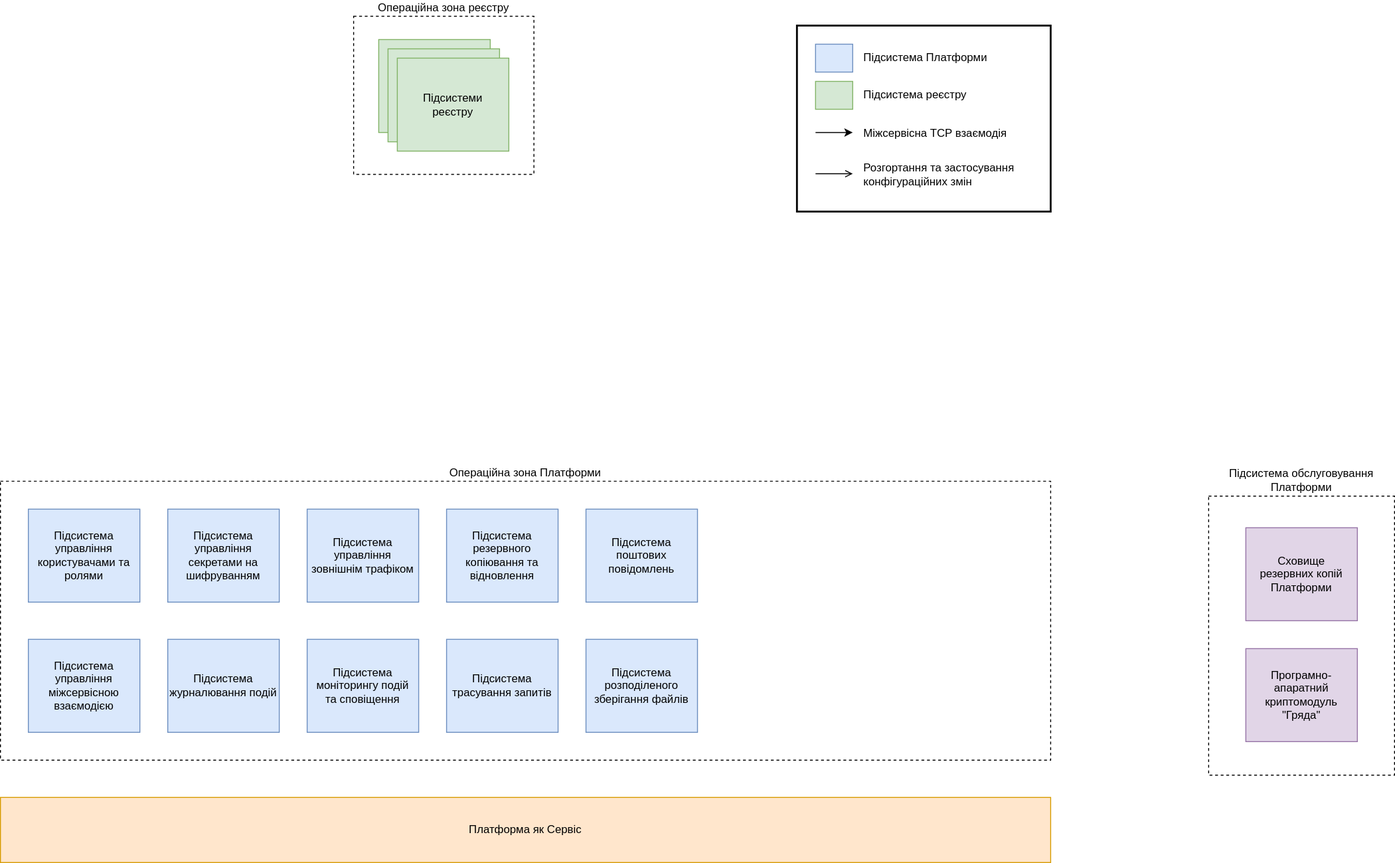
This is modules/arch/images/architecture/platform/operational/operational-zone-subsystems.svg from epam/edp-ddm-architecture, a draw.io export, as it was before one commit. Source tidied: cells renumbered, new cells last; positions are measured from the earlier drawing's top-left corner, leaving out a move shared by most shapes.
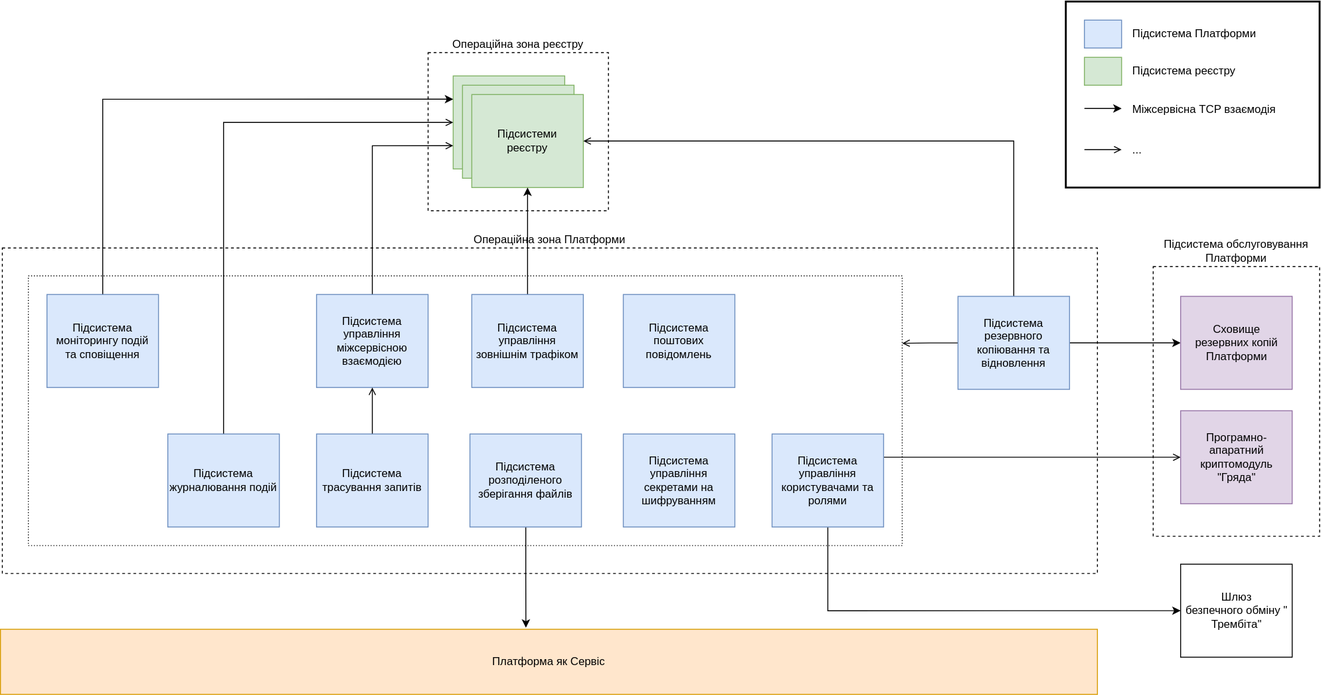
After the commit.

Commit message:
[EDP-DDM-24270] Platform operational zone

Diff of the diagram source:
```diff
@@ -2,26 +2,35 @@
   <root>
     <mxCell id="0" />
     <mxCell id="1" parent="0" />
+    <mxCell id="3" value="Операційна зона Платформи" style="rounded=0;whiteSpace=wrap;html=1;dashed=1;labelPosition=center;verticalLabelPosition=top;align=center;verticalAlign=bottom;" parent="1" vertex="1">
+      <mxGeometry x="2" y="245" width="1178" height="350" as="geometry" />
+    </mxCell>
+    <mxCell id="31" style="rounded=0;whiteSpace=wrap;html=1;dashed=1;labelPosition=center;verticalLabelPosition=top;align=center;verticalAlign=bottom;dashPattern=1 2;" parent="1" vertex="1">
+      <mxGeometry x="30" y="275" width="940" height="290" as="geometry" />
+    </mxCell>
     <mxCell id="2" value="Підсистема обслуговування Платформи" style="rounded=0;whiteSpace=wrap;html=1;dashed=1;labelPosition=center;verticalLabelPosition=top;align=center;verticalAlign=bottom;" parent="1" vertex="1">
-      <mxGeometry x="1300" y="516" width="200" height="300" as="geometry" />
+      <mxGeometry x="1240" y="265" width="179" height="290" as="geometry" />
     </mxCell>
-    <mxCell id="3" value="Операційна зона Платформи" style="rounded=0;whiteSpace=wrap;html=1;dashed=1;labelPosition=center;verticalLabelPosition=top;align=center;verticalAlign=bottom;" parent="1" vertex="1">
-      <mxGeometry y="500" width="1130" height="300" as="geometry" />
-    </mxCell>
+    <mxCell id="32" style="edgeStyle=orthogonalEdgeStyle;rounded=0;jettySize=auto;html=1;endArrow=open;endFill=0;exitX=1;exitY=0.25;exitDx=0;exitDy=0;" parent="1" edge="1" source="4" target="30">
+      <mxGeometry relative="1" as="geometry" />
+    </mxCell>
+    <mxCell id="33" style="edgeStyle=orthogonalEdgeStyle;rounded=0;jettySize=auto;html=1;entryX=0;entryY=0.5;entryDx=0;entryDy=0;exitX=0.5;exitY=1;exitDx=0;exitDy=0;" parent="1" edge="1" source="4" target="43">
+      <mxGeometry relative="1" as="geometry" />
+    </mxCell>
     <mxCell id="4" value="Підсистема управління користувачами та ролями" style="rounded=0;whiteSpace=wrap;html=1;fillColor=#dae8fc;strokeColor=#6c8ebf;" parent="1" vertex="1">
-      <mxGeometry x="30" y="530" width="120" height="100" as="geometry" />
+      <mxGeometry x="830" y="445" width="120" height="100" as="geometry" />
     </mxCell>
     <mxCell id="5" value="Підсистема управління секретами на шифруванням" style="rounded=0;whiteSpace=wrap;html=1;fillColor=#dae8fc;strokeColor=#6c8ebf;" parent="1" vertex="1">
-      <mxGeometry x="180" y="530" width="120" height="100" as="geometry" />
+      <mxGeometry x="670" y="445" width="120" height="100" as="geometry" />
     </mxCell>
     <mxCell id="6" value="Платформа як Сервіс" style="rounded=0;whiteSpace=wrap;html=1;fillColor=#ffe6cc;strokeColor=#d79b00;" parent="1" vertex="1">
-      <mxGeometry y="840" width="1130" height="70" as="geometry" />
+      <mxGeometry y="655" width="1180" height="70" as="geometry" />
     </mxCell>
     <mxCell id="7" value="Операційна зона реєстру" style="rounded=0;whiteSpace=wrap;html=1;dashed=1;labelPosition=center;verticalLabelPosition=top;align=center;verticalAlign=bottom;" parent="1" vertex="1">
-      <mxGeometry x="380" width="194" height="170" as="geometry" />
+      <mxGeometry x="460" y="35" width="194" height="170" as="geometry" />
     </mxCell>
     <mxCell id="8" style="group;" parent="1" vertex="1">
-      <mxGeometry x="407" y="25" width="140" height="120" as="geometry" />
+      <mxGeometry x="487" y="60" width="140" height="120" as="geometry" />
     </mxCell>
     <mxCell id="9" style="rounded=0;whiteSpace=wrap;html=1;fillColor=#d5e8d4;strokeColor=#82b366;" parent="8" vertex="1">
       <mxGeometry width="120" height="100" as="geometry" />
@@ -33,73 +42,107 @@
       <mxGeometry x="20" y="20" width="120" height="100" as="geometry" />
     </mxCell>
     <mxCell id="12" style="rounded=0;whiteSpace=wrap;html=1;strokeColor=#000000;strokeWidth=2;fillColor=none;" parent="1" vertex="1">
-      <mxGeometry x="857" y="10" width="273" height="200" as="geometry" />
+      <mxGeometry x="1146" y="-20" width="273" height="200" as="geometry" />
     </mxCell>
     <mxCell id="13" style="edgeStyle=orthogonalEdgeStyle;rounded=0;orthogonalLoop=1;jettySize=auto;html=1;endArrow=open;endFill=0;" parent="1" edge="1">
       <mxGeometry relative="1" as="geometry">
-        <mxPoint x="877" y="169.3" as="sourcePoint" />
-        <mxPoint x="917" y="169.3" as="targetPoint" />
+        <mxPoint x="1166" y="139.3" as="sourcePoint" />
+        <mxPoint x="1206" y="139.3" as="targetPoint" />
         <Array as="points">
-          <mxPoint x="877" y="169.3" />
+          <mxPoint x="1166" y="139.3" />
         </Array>
       </mxGeometry>
     </mxCell>
     <mxCell id="14" value="Міжсервісна TCP взаємодія" style="text;html=1;strokeColor=none;fillColor=none;align=left;verticalAlign=middle;whiteSpace=wrap;rounded=0;" parent="1" vertex="1">
-      <mxGeometry x="927" y="110.5" width="198" height="30" as="geometry" />
+      <mxGeometry x="1216" y="80.5" width="190" height="30" as="geometry" />
     </mxCell>
     <mxCell id="15" style="rounded=0;whiteSpace=wrap;html=1;strokeWidth=1;labelPosition=center;verticalLabelPosition=top;align=center;verticalAlign=bottom;strokeColor=#6c8ebf;fillColor=#dae8fc;" parent="1" vertex="1">
-      <mxGeometry x="877" y="30" width="40" height="30" as="geometry" />
+      <mxGeometry x="1166" width="40" height="30" as="geometry" />
     </mxCell>
     <mxCell id="16" value="Підсистема Платформи" style="text;html=1;strokeColor=none;fillColor=none;align=left;verticalAlign=middle;whiteSpace=wrap;rounded=0;" parent="1" vertex="1">
-      <mxGeometry x="927" y="30" width="183" height="30" as="geometry" />
+      <mxGeometry x="1216" width="183" height="30" as="geometry" />
     </mxCell>
-    <mxCell id="17" value="Розгортання та застосування &lt;br&gt;конфігураційних змін" style="text;html=1;strokeColor=none;fillColor=none;align=left;verticalAlign=middle;whiteSpace=wrap;rounded=0;" parent="1" vertex="1">
-      <mxGeometry x="927" y="155" width="198" height="30" as="geometry" />
+    <mxCell id="17" value="..." style="text;html=1;strokeColor=none;fillColor=none;align=left;verticalAlign=middle;whiteSpace=wrap;rounded=0;" parent="1" vertex="1">
+      <mxGeometry x="1216" y="125" width="190" height="30" as="geometry" />
     </mxCell>
     <mxCell id="18" style="edgeStyle=orthogonalEdgeStyle;rounded=0;orthogonalLoop=1;jettySize=auto;html=1;endArrow=classic;endFill=1;" parent="1" edge="1">
       <mxGeometry relative="1" as="geometry">
-        <mxPoint x="877" y="125" as="sourcePoint" />
-        <mxPoint x="917" y="125" as="targetPoint" />
+        <mxPoint x="1166" y="95" as="sourcePoint" />
+        <mxPoint x="1206" y="95" as="targetPoint" />
         <Array as="points">
-          <mxPoint x="877" y="125" />
+          <mxPoint x="1166" y="95" />
         </Array>
       </mxGeometry>
     </mxCell>
     <mxCell id="19" style="rounded=0;whiteSpace=wrap;html=1;strokeWidth=1;labelPosition=center;verticalLabelPosition=top;align=center;verticalAlign=bottom;strokeColor=#82b366;fillColor=#d5e8d4;" parent="1" vertex="1">
-      <mxGeometry x="877" y="70" width="40" height="30" as="geometry" />
+      <mxGeometry x="1166" y="40" width="40" height="30" as="geometry" />
     </mxCell>
     <mxCell id="20" value="Підсистема реєстру" style="text;html=1;strokeColor=none;fillColor=none;align=left;verticalAlign=middle;whiteSpace=wrap;rounded=0;" parent="1" vertex="1">
-      <mxGeometry x="927" y="70" width="183" height="30" as="geometry" />
+      <mxGeometry x="1216" y="40" width="183" height="30" as="geometry" />
     </mxCell>
+    <mxCell id="34" style="edgeStyle=orthogonalEdgeStyle;rounded=0;jettySize=auto;html=1;entryX=0.5;entryY=1;entryDx=0;entryDy=0;exitX=0.5;exitY=0;exitDx=0;exitDy=0;" parent="1" edge="1" source="21" target="11">
+      <mxGeometry relative="1" as="geometry" />
+    </mxCell>
     <mxCell id="21" value="Підсистема управління зовнішнім трафіком" style="rounded=0;whiteSpace=wrap;html=1;fillColor=#dae8fc;strokeColor=#6c8ebf;" parent="1" vertex="1">
-      <mxGeometry x="330" y="530" width="120" height="100" as="geometry" />
+      <mxGeometry x="507" y="295" width="120" height="100" as="geometry" />
     </mxCell>
     <mxCell id="22" value="Підсистема поштових повідомлень" style="rounded=0;whiteSpace=wrap;html=1;fillColor=#dae8fc;strokeColor=#6c8ebf;" parent="1" vertex="1">
-      <mxGeometry x="630" y="530" width="120" height="100" as="geometry" />
+      <mxGeometry x="670" y="295" width="120" height="100" as="geometry" />
     </mxCell>
+    <mxCell id="35" style="edgeStyle=orthogonalEdgeStyle;rounded=0;jettySize=auto;html=1;entryX=0;entryY=0.75;entryDx=0;entryDy=0;exitX=0.5;exitY=0;exitDx=0;exitDy=0;endArrow=open;endFill=0;" parent="1" edge="1" source="23" target="9">
+      <mxGeometry relative="1" as="geometry" />
+    </mxCell>
     <mxCell id="23" value="Підсистема управління міжсервісною взаємодією" style="rounded=0;whiteSpace=wrap;html=1;fillColor=#dae8fc;strokeColor=#6c8ebf;" parent="1" vertex="1">
-      <mxGeometry x="30" y="670" width="120" height="100" as="geometry" />
+      <mxGeometry x="340" y="295" width="120" height="100" as="geometry" />
     </mxCell>
+    <mxCell id="36" style="edgeStyle=orthogonalEdgeStyle;rounded=0;jettySize=auto;html=1;entryX=0;entryY=0.5;entryDx=0;entryDy=0;" parent="1" edge="1" source="24" target="29">
+      <mxGeometry relative="1" as="geometry" />
+    </mxCell>
+    <mxCell id="37" style="edgeStyle=orthogonalEdgeStyle;rounded=0;jettySize=auto;html=1;entryX=1;entryY=0.5;entryDx=0;entryDy=0;exitX=0.5;exitY=0;exitDx=0;exitDy=0;endArrow=open;endFill=0;" parent="1" edge="1" source="24" target="11">
+      <mxGeometry relative="1" as="geometry">
+        <Array as="points">
+          <mxPoint x="1090" y="130" />
+        </Array>
+      </mxGeometry>
+    </mxCell>
+    <mxCell id="38" style="edgeStyle=orthogonalEdgeStyle;rounded=0;jettySize=auto;html=1;entryX=1;entryY=0.25;entryDx=0;entryDy=0;endArrow=open;endFill=0;" parent="1" edge="1" source="24" target="31">
+      <mxGeometry relative="1" as="geometry" />
+    </mxCell>
     <mxCell id="24" value="Підсистема резервного копіювання та відновлення" style="rounded=0;whiteSpace=wrap;html=1;fillColor=#dae8fc;strokeColor=#6c8ebf;" parent="1" vertex="1">
-      <mxGeometry x="480" y="530" width="120" height="100" as="geometry" />
+      <mxGeometry x="1030" y="297" width="120" height="100" as="geometry" />
     </mxCell>
+    <mxCell id="39" style="edgeStyle=orthogonalEdgeStyle;rounded=0;jettySize=auto;html=1;entryX=0;entryY=0.5;entryDx=0;entryDy=0;exitX=0.5;exitY=0;exitDx=0;exitDy=0;endArrow=open;endFill=0;" parent="1" edge="1" source="25" target="9">
+      <mxGeometry relative="1" as="geometry" />
+    </mxCell>
     <mxCell id="25" value="Підсистема журналювання подій" style="rounded=0;whiteSpace=wrap;html=1;fillColor=#dae8fc;strokeColor=#6c8ebf;" parent="1" vertex="1">
-      <mxGeometry x="180" y="670" width="120" height="100" as="geometry" />
+      <mxGeometry x="180" y="445" width="120" height="100" as="geometry" />
     </mxCell>
+    <mxCell id="40" style="edgeStyle=orthogonalEdgeStyle;rounded=0;jettySize=auto;html=1;entryX=0;entryY=0.25;entryDx=0;entryDy=0;exitX=0.5;exitY=0;exitDx=0;exitDy=0;" parent="1" edge="1" source="26" target="9">
+      <mxGeometry relative="1" as="geometry" />
+    </mxCell>
     <mxCell id="26" value="Підсистема моніторингу подій &lt;br&gt;та сповіщення" style="rounded=0;whiteSpace=wrap;html=1;fillColor=#dae8fc;strokeColor=#6c8ebf;" parent="1" vertex="1">
-      <mxGeometry x="330" y="670" width="120" height="100" as="geometry" />
+      <mxGeometry x="50" y="295" width="120" height="100" as="geometry" />
     </mxCell>
+    <mxCell id="41" style="edgeStyle=orthogonalEdgeStyle;rounded=0;jettySize=auto;html=1;entryX=0.5;entryY=1;entryDx=0;entryDy=0;endArrow=open;endFill=0;" parent="1" edge="1" source="27" target="23">
+      <mxGeometry relative="1" as="geometry" />
+    </mxCell>
     <mxCell id="27" value="Підсистема трасування запитів" style="rounded=0;whiteSpace=wrap;html=1;fillColor=#dae8fc;strokeColor=#6c8ebf;" parent="1" vertex="1">
-      <mxGeometry x="480" y="670" width="120" height="100" as="geometry" />
+      <mxGeometry x="340" y="445" width="120" height="100" as="geometry" />
     </mxCell>
+    <mxCell id="42" style="edgeStyle=orthogonalEdgeStyle;rounded=0;jettySize=auto;html=1;entryX=0.479;entryY=-0.024;entryDx=0;entryDy=0;entryPerimeter=0;" parent="1" edge="1" source="28" target="6">
+      <mxGeometry relative="1" as="geometry" />
+    </mxCell>
     <mxCell id="28" value="Підсистема розподіленого зберігання файлів" style="rounded=0;whiteSpace=wrap;html=1;fillColor=#dae8fc;strokeColor=#6c8ebf;" parent="1" vertex="1">
-      <mxGeometry x="630" y="670" width="120" height="100" as="geometry" />
+      <mxGeometry x="505" y="445" width="120" height="100" as="geometry" />
     </mxCell>
     <mxCell id="29" value="Сховище &lt;br&gt;резервних копій Платформи" style="rounded=0;whiteSpace=wrap;html=1;fillColor=#e1d5e7;strokeColor=#9673a6;" parent="1" vertex="1">
-      <mxGeometry x="1340" y="550" width="120" height="100" as="geometry" />
+      <mxGeometry x="1269.5" y="297" width="120" height="100" as="geometry" />
     </mxCell>
     <mxCell id="30" value="Програмно-апаратний криптомодуль&lt;br&gt;&quot;Гряда&quot;" style="rounded=0;whiteSpace=wrap;html=1;fillColor=#e1d5e7;strokeColor=#9673a6;" parent="1" vertex="1">
-      <mxGeometry x="1340" y="680" width="120" height="100" as="geometry" />
+      <mxGeometry x="1269.5" y="420" width="120" height="100" as="geometry" />
     </mxCell>
+    <mxCell id="43" value="Шлюз &lt;br&gt;безпечного обміну &quot;&lt;br&gt;Трембіта&quot;" style="rounded=0;whiteSpace=wrap;html=1;" parent="1" vertex="1">
+      <mxGeometry x="1269.5" y="585" width="120" height="100" as="geometry" />
+    </mxCell>
   </root>
 </mxGraphModel>
```
